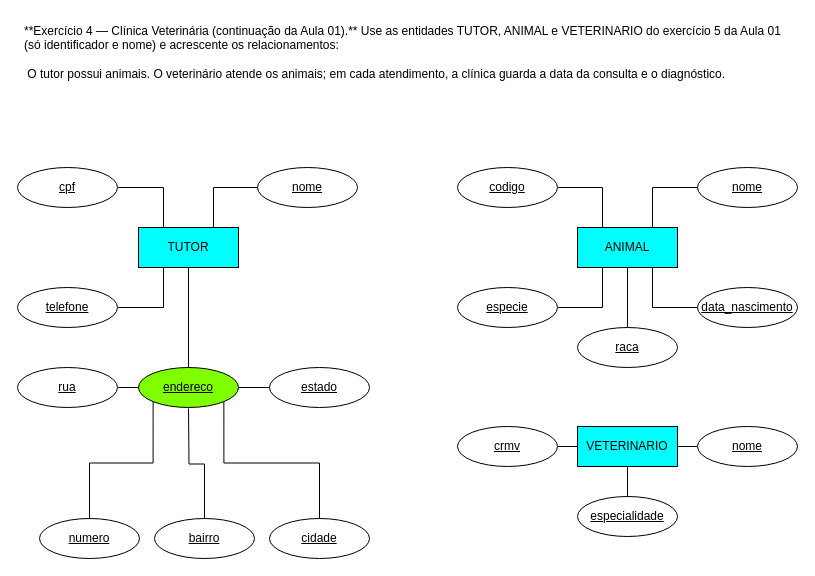
gominho-sbc/Fundamentos-Banco-de-dados keeps this draw.io diagram as page "exercicio-4" (3 of 4) of ConceitosDeModelagem/Lista_exercicio_2.drawio. Above is the earlier version. Source tidied: cells renumbered, new cells numbered last; positions are measured from the earlier drawing's top-left corner, leaving out a move shared by most shapes. Both pictures are drawn from the tidied source at 100%, with x=0, y=0 at pixel (17, 17).
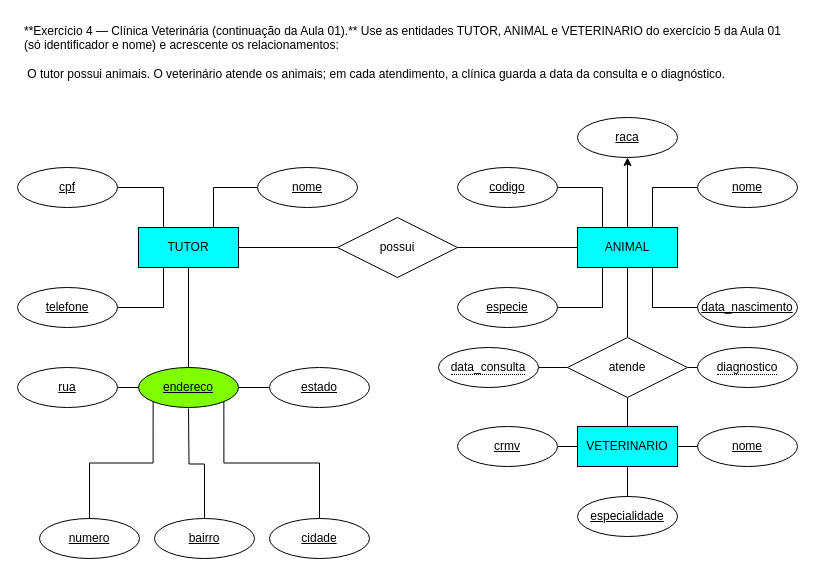
The same page after the edit.

Commit message (it also covers changes not shown here):
Lista de exercicios 3

Unchanged cells that the change refers to:
```xml
<mxCell id="4" value="TUTOR" style="whiteSpace=wrap;html=1;align=center;fillColor=#00FFFF;" parent="1" vertex="1">
  <mxGeometry x="121" y="210" width="100" height="40" as="geometry" />
</mxCell>
<mxCell id="7" value="VETERINARIO" style="whiteSpace=wrap;html=1;align=center;fillColor=#00FFFF;" parent="1" vertex="1">
  <mxGeometry x="560" y="409" width="100" height="40" as="geometry" />
</mxCell>
```

What changed in the source:
```diff
@@
+    <mxCell id="40" style="edgeStyle=orthogonalEdgeStyle;rounded=0;jettySize=auto;html=1;exitX=0.5;exitY=0;exitDx=0;exitDy=0;entryX=0.5;entryY=1;entryDx=0;entryDy=0;" parent="1" edge="1" source="6" target="16">
+      <mxGeometry relative="1" as="geometry" />
+    </mxCell>
-    <mxCell id="6" value="ANIMAL" style="whiteSpace=wrap;html=1;align=center;fillColor=#00FFFF;" parent="1" vertex="1">
+    <mxCell id="6" value="ANIMAL" style="whiteSpace=wrap;html=1;align=center;fillColor=#00FFFF;fillStyle=auto;" parent="1" vertex="1">
       <mxGeometry x="560" y="210" width="100" height="40" as="geometry" />
     </mxCell>
+    <mxCell id="41" style="edgeStyle=orthogonalEdgeStyle;rounded=0;jettySize=auto;html=1;endArrow=none;endFill=0;" parent="1" edge="1" source="7" target="48">
+      <mxGeometry relative="1" as="geometry" />
+    </mxCell>
@@
-    <mxCell id="15" style="edgeStyle=orthogonalEdgeStyle;shape=wire;rounded=0;jettySize=auto;html=1;exitX=0.5;exitY=0;exitDx=0;exitDy=0;entryX=0.5;entryY=1;entryDx=0;entryDy=0;dashed=1;defaultLabelBackgroundColor=gap;endArrow=none;endFill=0;" parent="1" edge="1" source="16" target="6">
-      <mxGeometry relative="1" as="geometry" />
-    </mxCell>
     <mxCell id="16" value="raca" style="ellipse;whiteSpace=wrap;html=1;align=center;fontStyle=20;" parent="1" vertex="1">
-      <mxGeometry x="560" y="310" width="100" height="40" as="geometry" />
+      <mxGeometry x="560" y="100" width="100" height="40" as="geometry" />
     </mxCell>
@@
+    <mxCell id="42" style="edgeStyle=orthogonalEdgeStyle;rounded=0;jettySize=auto;html=1;endArrow=none;endFill=0;" parent="1" edge="1" source="44" target="4">
+      <mxGeometry relative="1" as="geometry" />
+    </mxCell>
+    <mxCell id="43" style="edgeStyle=orthogonalEdgeStyle;rounded=0;jettySize=auto;html=1;exitX=1;exitY=0.5;exitDx=0;exitDy=0;endArrow=none;endFill=0;" parent="1" edge="1" source="44" target="6">
+      <mxGeometry relative="1" as="geometry" />
+    </mxCell>
+    <mxCell id="44" value="possui" style="shape=rhombus;perimeter=rhombusPerimeter;whiteSpace=wrap;html=1;align=center;" parent="1" vertex="1">
+      <mxGeometry x="320" y="200" width="120" height="60" as="geometry" />
+    </mxCell>
+    <mxCell id="45" style="edgeStyle=orthogonalEdgeStyle;rounded=0;jettySize=auto;html=1;endArrow=none;endFill=0;" parent="1" edge="1" source="48" target="6">
+      <mxGeometry relative="1" as="geometry" />
+    </mxCell>
+    <mxCell id="46" style="edgeStyle=orthogonalEdgeStyle;rounded=0;jettySize=auto;html=1;exitX=1;exitY=0.5;exitDx=0;exitDy=0;entryX=0;entryY=0.5;entryDx=0;entryDy=0;endArrow=none;endFill=0;" parent="1" edge="1" source="48" target="49">
+      <mxGeometry relative="1" as="geometry" />
+    </mxCell>
+    <mxCell id="47" style="edgeStyle=orthogonalEdgeStyle;rounded=0;jettySize=auto;html=1;endArrow=none;endFill=0;" parent="1" edge="1" source="48" target="50">
+      <mxGeometry relative="1" as="geometry" />
+    </mxCell>
+    <mxCell id="48" value="atende" style="shape=rhombus;perimeter=rhombusPerimeter;whiteSpace=wrap;html=1;align=center;" parent="1" vertex="1">
+      <mxGeometry x="550" y="320" width="120" height="60" as="geometry" />
+    </mxCell>
+    <mxCell id="49" value="&lt;span style=&quot;border-bottom: 1px dotted;&quot;&gt;diagnostico&lt;/span&gt;" style="ellipse;whiteSpace=wrap;html=1;align=center;" parent="1" vertex="1">
+      <mxGeometry x="680" y="330" width="100" height="40" as="geometry" />
+    </mxCell>
+    <mxCell id="50" value="&lt;span style=&quot;border-bottom: 1px dotted;&quot;&gt;data_consulta&lt;/span&gt;" style="ellipse;whiteSpace=wrap;html=1;align=center;" parent="1" vertex="1">
+      <mxGeometry x="421" y="330" width="100" height="40" as="geometry" />
+    </mxCell>
```
